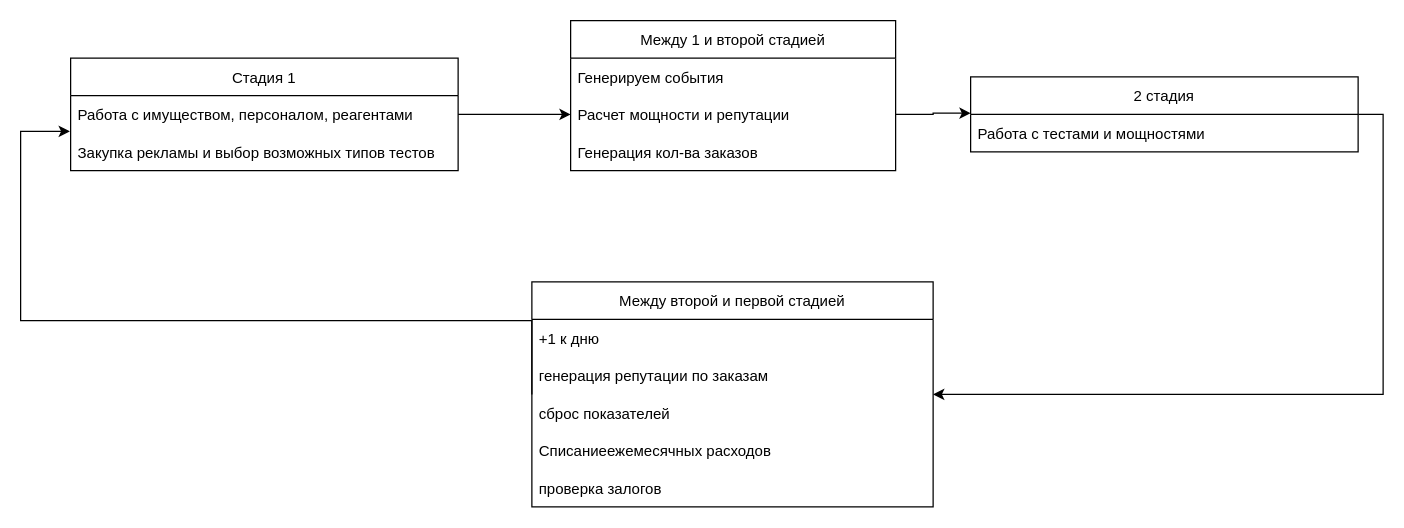
korshunovamm/InnPrac keeps this draw.io diagram as page "Page-7" (4 of 5) of dev/classes.drawio. Above is the earlier version. Source tidied: cells renumbered, new cells numbered last; positions are measured from the earlier drawing's top-left corner, leaving out a move shared by most shapes. Both pictures are drawn from the tidied source at 125%, with x=0, y=0 at pixel (20, 20).
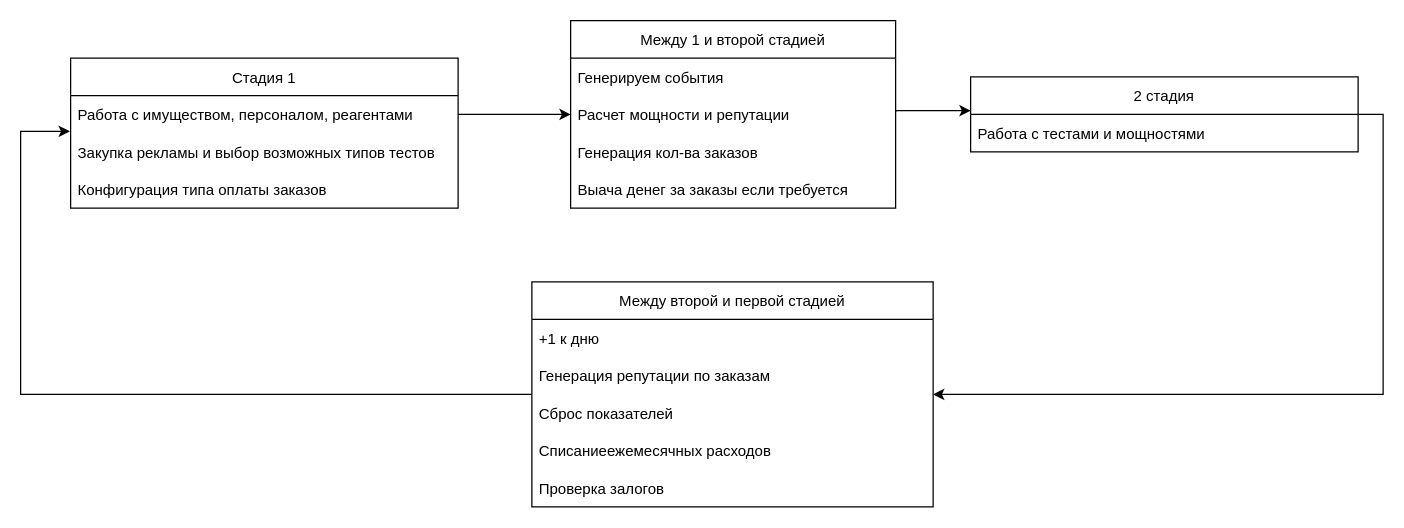
The same diagram, later.

The change refers to these unchanged cells:
```xml
<mxCell id="4" value="Закупка рекламы и выбор возможных типов тестов" style="text;align=left;verticalAlign=middle;spacingLeft=4;spacingRight=4;overflow=hidden;points=[[0,0.5],[1,0.5]];portConstraint=eastwest;" parent="2" vertex="1">
  <mxGeometry y="60" width="310" height="30" as="geometry" />
</mxCell>
<mxCell id="15" value="Между второй и первой стадией" style="swimlane;fontStyle=0;horizontal=1;startSize=30;" parent="1" vertex="1">
  <mxGeometry x="409" y="209" width="321" height="180" as="geometry" />
</mxCell>
```

The edit, as a diff of the source:
```diff
@@
     <mxCell id="2" value="Стадия 1" style="swimlane;fontStyle=0;horizontal=1;startSize=30;" parent="1" vertex="1">
-      <mxGeometry x="40" y="30" width="310" height="90" as="geometry" />
+      <mxGeometry x="40" y="30" width="310" height="120" as="geometry" />
     </mxCell>
@@
+    <mxCell id="21" value="Конфигурация типа оплаты заказов" style="text;strokeColor=none;fillColor=none;align=left;verticalAlign=middle;spacingLeft=4;spacingRight=4;overflow=hidden;" parent="2" vertex="1">
+      <mxGeometry y="90" width="310" height="30" as="geometry" />
+    </mxCell>
     <mxCell id="5" value="Между 1 и второй стадией" style="swimlane;fontStyle=0;horizontal=1;startSize=30;" parent="1" vertex="1">
-      <mxGeometry x="440" width="260" height="120" as="geometry" />
+      <mxGeometry x="440" width="260" height="150" as="geometry" />
     </mxCell>
@@
+    <mxCell id="22" value="Выача денег за заказы если требуется" style="text;strokeColor=none;fillColor=none;align=left;verticalAlign=middle;spacingLeft=4;spacingRight=4;overflow=hidden;" parent="5" vertex="1">
+      <mxGeometry y="120" width="260" height="30" as="geometry" />
+    </mxCell>
@@
     <mxCell id="13" style="edgeStyle=orthogonalEdgeStyle;rounded=0;orthogonalLoop=1;jettySize=auto;html=1;entryX=0;entryY=0.5;entryDx=0;entryDy=0;" parent="1" edge="1">
       <mxGeometry relative="1" as="geometry">
-        <mxPoint x="700" y="75" as="sourcePoint" />
-        <mxPoint x="760" y="74" as="targetPoint" />
+        <mxPoint x="700" y="73" as="sourcePoint" />
+        <mxPoint x="760" y="72" as="targetPoint" />
         <Array as="points">
-          <mxPoint x="730" y="75" />
-          <mxPoint x="730" y="74" />
+          <mxPoint x="700" y="72" />
         </Array>
       </mxGeometry>
     </mxCell>
     <mxCell id="14" style="edgeStyle=orthogonalEdgeStyle;rounded=0;jettySize=auto;html=1;exitX=0;exitY=0.5;exitDx=0;exitDy=0;entryX=-0.002;entryY=-0.047;entryDx=0;entryDy=0;entryPerimeter=0;" parent="1" edge="1" source="15" target="4">
       <mxGeometry relative="1" as="geometry">
         <Array as="points">
-          <mxPoint y="240" />
+          <mxPoint y="299" />
           <mxPoint y="89" />
         </Array>
       </mxGeometry>
     </mxCell>
@@
-    <mxCell id="17" value="генерация репутации по заказам" style="text;align=left;verticalAlign=middle;spacingLeft=4;spacingRight=4;overflow=hidden;" parent="15" vertex="1">
+    <mxCell id="17" value="Генерация репутации по заказам" style="text;align=left;verticalAlign=middle;spacingLeft=4;spacingRight=4;overflow=hidden;" parent="15" vertex="1">
       <mxGeometry y="60" width="321" height="30" as="geometry" />
     </mxCell>
-    <mxCell id="18" value="сброс показателей" style="text;align=left;verticalAlign=middle;spacingLeft=4;spacingRight=4;overflow=hidden;" parent="15" vertex="1">
+    <mxCell id="18" value="Сброс показателей" style="text;align=left;verticalAlign=middle;spacingLeft=4;spacingRight=4;overflow=hidden;" parent="15" vertex="1">
       <mxGeometry y="90" width="321" height="30" as="geometry" />
     </mxCell>
@@
-    <mxCell id="20" value="проверка залогов" style="text;align=left;verticalAlign=middle;spacingLeft=4;spacingRight=4;overflow=hidden;" parent="15" vertex="1">
+    <mxCell id="20" value="Проверка залогов" style="text;align=left;verticalAlign=middle;spacingLeft=4;spacingRight=4;overflow=hidden;" parent="15" vertex="1">
       <mxGeometry y="150" width="321" height="30" as="geometry" />
     </mxCell>
```
